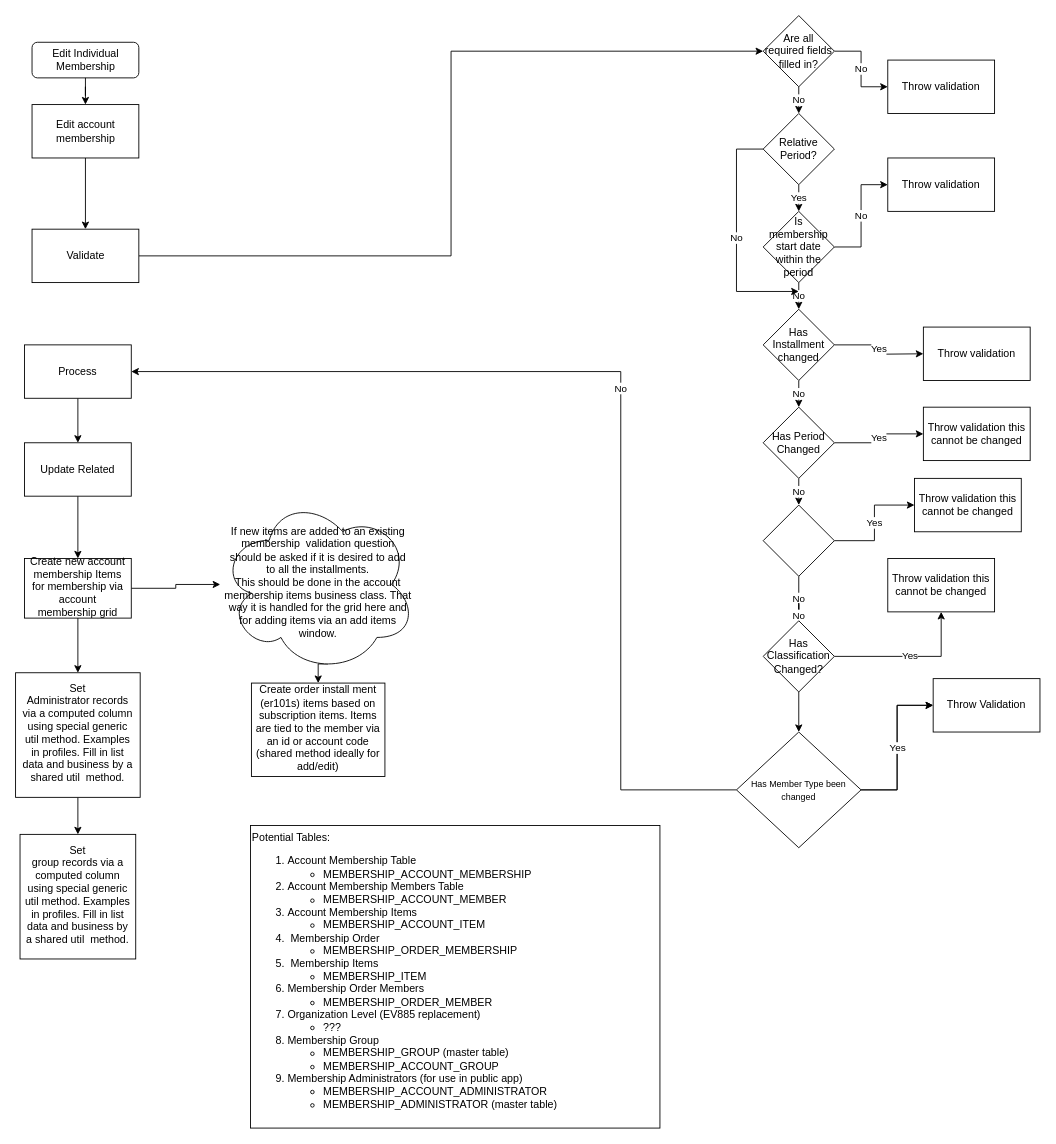
Before: MembershipEditIndividualWorkFlow.drawio in shelbyharris/Membership, a draw.io diagram. Source tidied: cells renumbered, new cells numbered last; positions are measured from the earlier drawing's top-left corner, leaving out a move shared by most shapes. Both pictures are drawn from the tidied source at 89%, with x=0, y=0 at pixel (15, 15).
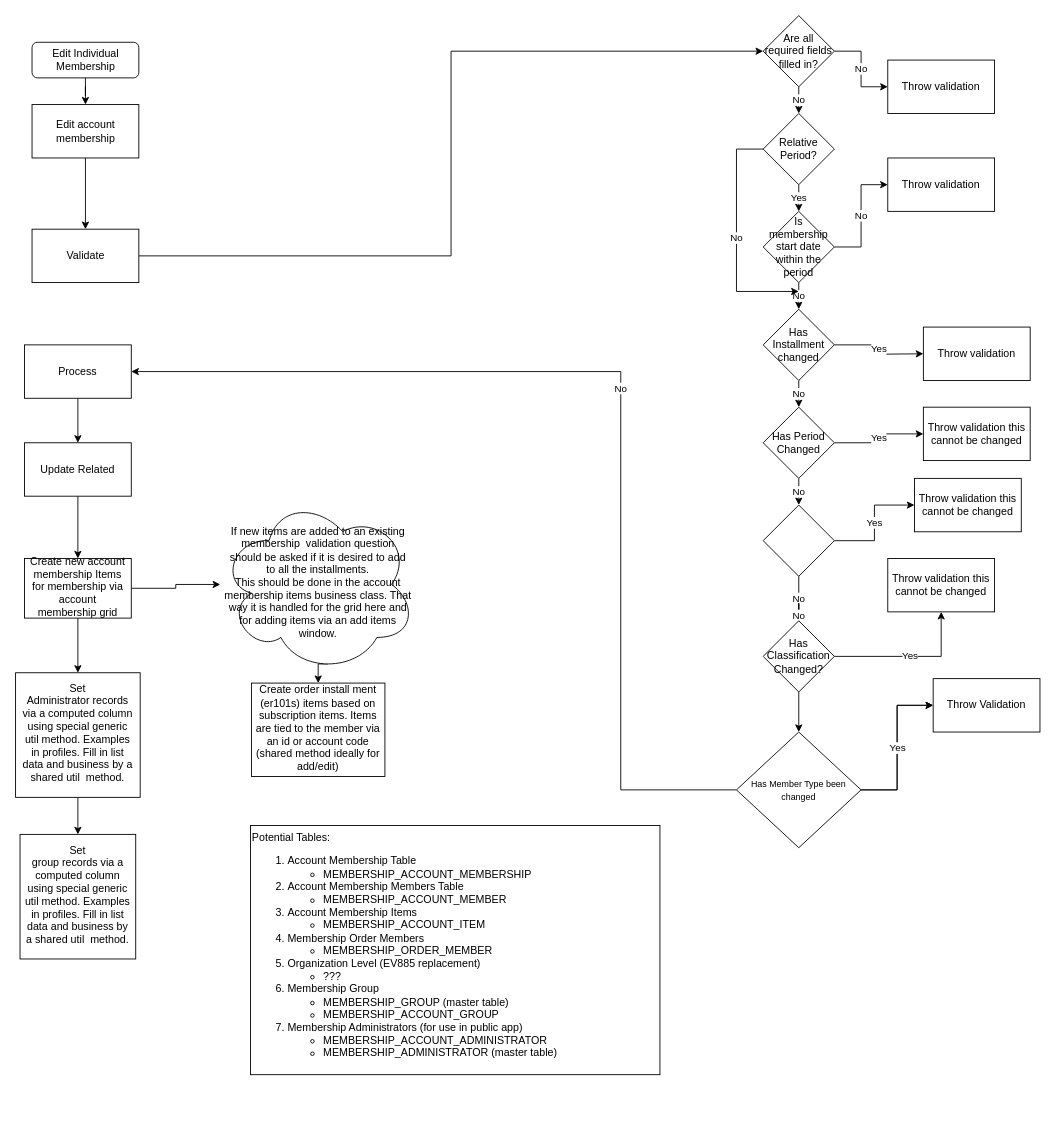
After the change.

Diff of the diagram source:
```diff
@@
-    <mxCell id="54" value="Potential Tables:&lt;br&gt;&lt;ol&gt;&lt;li&gt;Account Membership Table&lt;br&gt;&lt;/li&gt;&lt;ul&gt;&lt;li&gt;&lt;span&gt;MEMBERSHIP_ACCOUNT_MEMBERSHIP&lt;/span&gt;&lt;/li&gt;&lt;/ul&gt;&lt;li&gt;Account Membership Members Table&lt;/li&gt;&lt;ul&gt;&lt;li&gt;&lt;span&gt;MEMBERSHIP_ACCOUNT_MEMBER&lt;/span&gt;&lt;/li&gt;&lt;/ul&gt;&lt;li&gt;Account Membership Items&lt;/li&gt;&lt;ul&gt;&lt;li&gt;MEMBERSHIP_ACCOUNT_ITEM&lt;/li&gt;&lt;/ul&gt;&lt;li&gt;&amp;nbsp;Membership Order&lt;/li&gt;&lt;ul&gt;&lt;li&gt;&lt;span&gt;MEMBERSHIP_ORDER_MEMBERSHIP&lt;/span&gt;&lt;/li&gt;&lt;/ul&gt;&lt;li&gt;&amp;nbsp;Membership Items&lt;/li&gt;&lt;ul&gt;&lt;li&gt;MEMBERSHIP_ITEM&lt;/li&gt;&lt;/ul&gt;&lt;li&gt;Membership Order Members&lt;/li&gt;&lt;ul&gt;&lt;li&gt;&lt;span&gt;MEMBERSHIP_ORDER_MEMBER&lt;/span&gt;&lt;/li&gt;&lt;/ul&gt;&lt;li&gt;Organization Level (EV885 replacement)&lt;/li&gt;&lt;ul&gt;&lt;li&gt;???&lt;/li&gt;&lt;/ul&gt;&lt;li&gt;Membership Group&lt;/li&gt;&lt;ul&gt;&lt;li&gt;MEMBERSHIP_GROUP (master table)&lt;/li&gt;&lt;li&gt;MEMBERSHIP_ACCOUNT_GROUP&lt;/li&gt;&lt;/ul&gt;&lt;li&gt;Membership Administrators (for use in public app)&lt;/li&gt;&lt;ul&gt;&lt;li&gt;MEMBERSHIP_ACCOUNT_ADMINISTRATOR&lt;/li&gt;&lt;li&gt;MEMBERSHIP_ADMINISTRATOR (master table)&lt;/li&gt;&lt;/ul&gt;&lt;/ol&gt;" style="rounded=0;whiteSpace=wrap;html=1;align=left;horizontal=1;verticalAlign=top;" parent="1" vertex="1">
-      <mxGeometry x="264" y="910" width="460" height="340" as="geometry" />
+    <mxCell id="54" value="Potential Tables:&lt;br&gt;&lt;ol&gt;&lt;li&gt;Account Membership Table&lt;br&gt;&lt;/li&gt;&lt;ul&gt;&lt;li&gt;&lt;span&gt;MEMBERSHIP_ACCOUNT_MEMBERSHIP&lt;/span&gt;&lt;/li&gt;&lt;/ul&gt;&lt;li&gt;Account Membership Members Table&lt;/li&gt;&lt;ul&gt;&lt;li&gt;&lt;span&gt;MEMBERSHIP_ACCOUNT_MEMBER&lt;/span&gt;&lt;/li&gt;&lt;/ul&gt;&lt;li&gt;Account Membership Items&lt;/li&gt;&lt;ul&gt;&lt;li&gt;MEMBERSHIP_ACCOUNT_ITEM&lt;/li&gt;&lt;/ul&gt;&lt;li&gt;Membership Order Members&lt;/li&gt;&lt;ul&gt;&lt;li&gt;&lt;span&gt;MEMBERSHIP_ORDER_MEMBER&lt;/span&gt;&lt;/li&gt;&lt;/ul&gt;&lt;li&gt;Organization Level (EV885 replacement)&lt;/li&gt;&lt;ul&gt;&lt;li&gt;???&lt;/li&gt;&lt;/ul&gt;&lt;li&gt;Membership Group&lt;/li&gt;&lt;ul&gt;&lt;li&gt;MEMBERSHIP_GROUP (master table)&lt;/li&gt;&lt;li&gt;MEMBERSHIP_ACCOUNT_GROUP&lt;/li&gt;&lt;/ul&gt;&lt;li&gt;Membership Administrators (for use in public app)&lt;/li&gt;&lt;ul&gt;&lt;li&gt;MEMBERSHIP_ACCOUNT_ADMINISTRATOR&lt;/li&gt;&lt;li&gt;MEMBERSHIP_ADMINISTRATOR (master table)&lt;/li&gt;&lt;/ul&gt;&lt;/ol&gt;" style="rounded=0;whiteSpace=wrap;html=1;align=left;horizontal=1;verticalAlign=top;" parent="1" vertex="1">
+      <mxGeometry x="264" y="910" width="460" height="280" as="geometry" />
     </mxCell>
```
